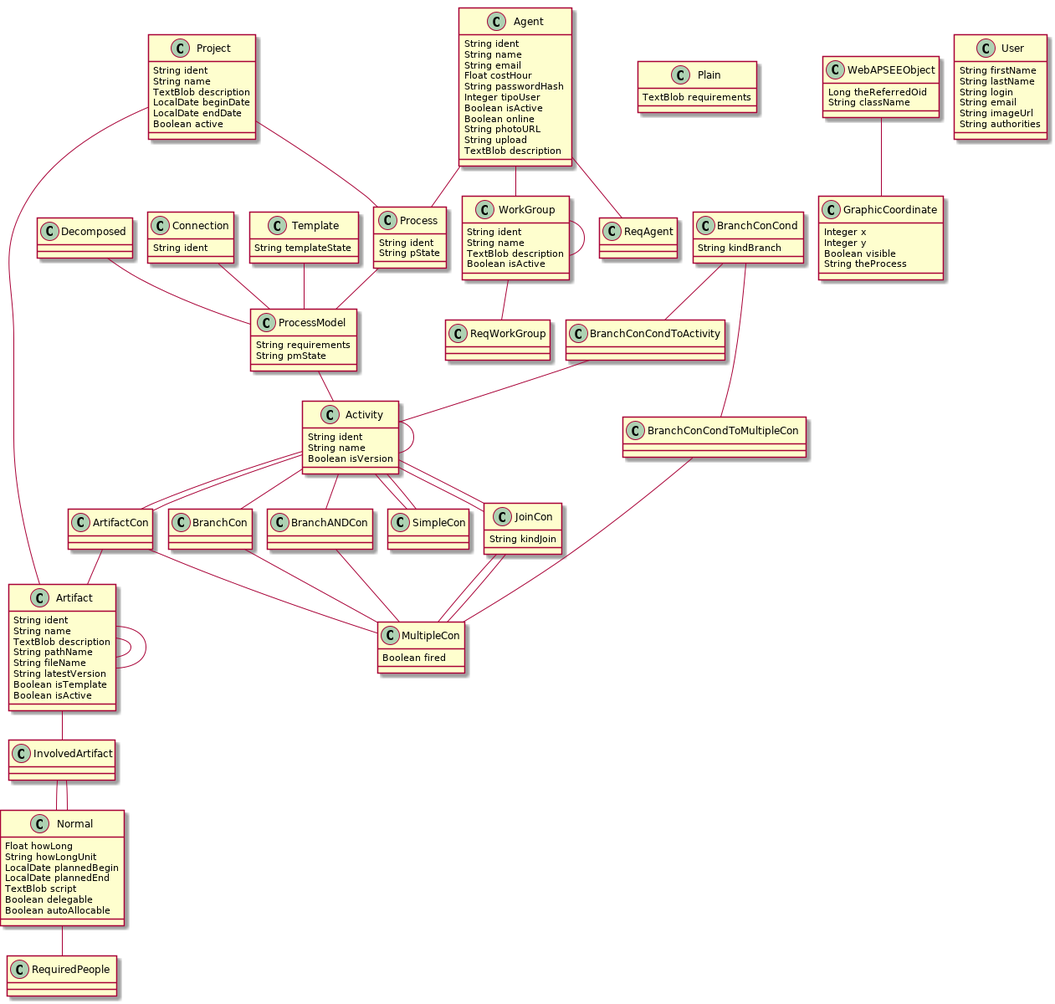
Earlier version of the PlantUML export data-model.png (Lakshamana/spm-mini).
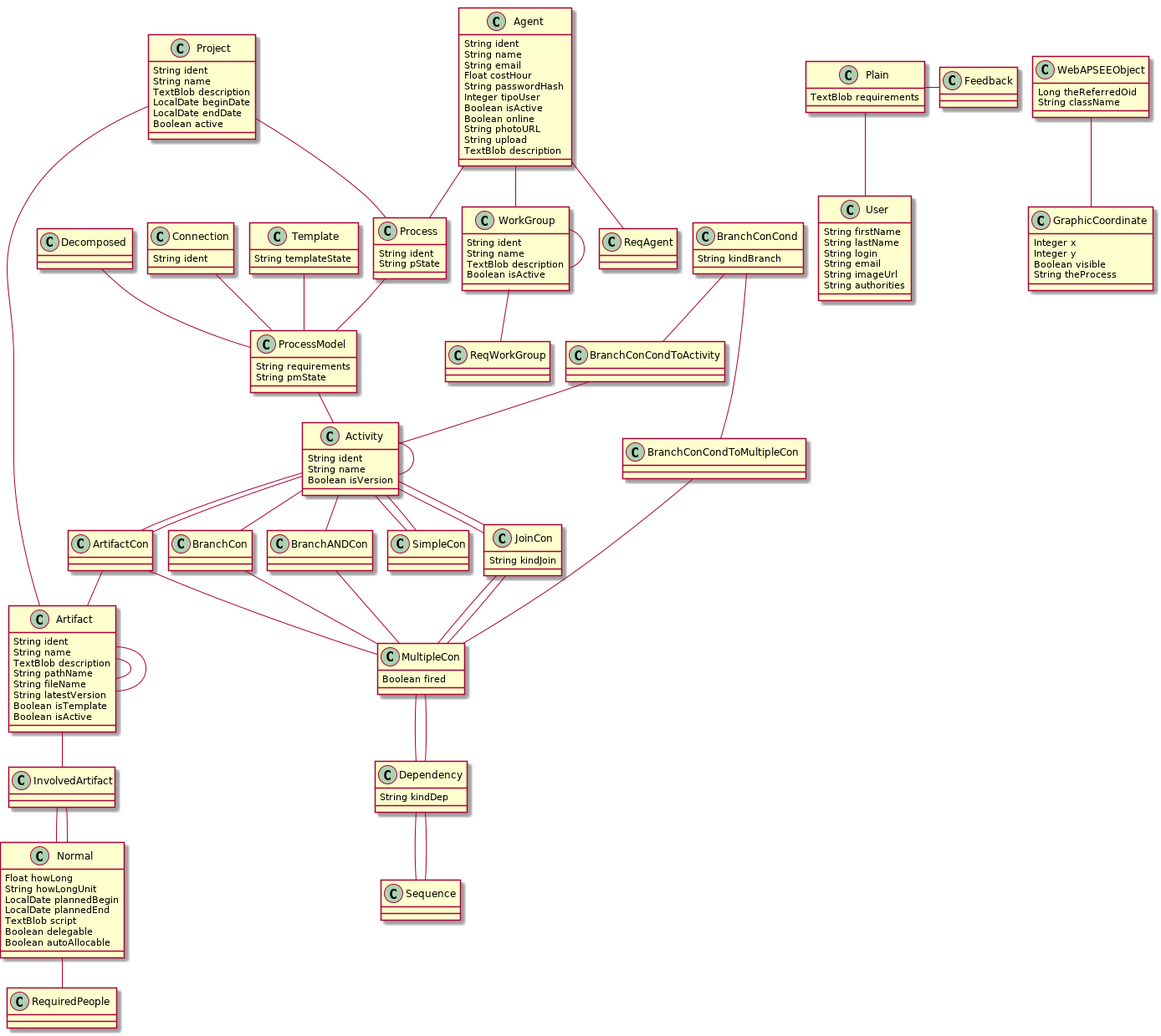
The same diagram one commit later.

Change to the diagram source:
```diff
@@ -65,6 +65,13 @@
 	}
 	class SimpleCon  {
 	}
+	class Feedback  {
+	}
+	class Sequence  {
+	}
+	class Dependency  {
+		String kindDep
+	}
 	class JoinCon  {
 		String kindJoin
 	}
@@ -86,13 +93,17 @@
 	BranchConCond  "theBranchConCondToMultipleCon 0..1 " --o "theBranchConCond 0..* "  BranchConCondToMultipleCon
 	ArtifactCon  "theArtifact 0..* " o-- "theArtifactCon 0..1 "  Artifact
 	Connection  "theProcessModel 0..* " o-- "theConnection 0..1 "  ProcessModel
+	MultipleCon  "theDependencyToMultipleCons 0..* " o-- "theMultipleConsToDependency 0..1 "  Dependency
 	BranchCon  "fromMultipleConnection 0..* " o-- "toBranchCon 0..1 "  MultipleCon
 	BranchConCondToActivity  "theActivity 0..* " o-- "theBranchConCondToActivity 0..1 "  Activity
 	BranchConCondToMultipleCon  "theMultipleCon 0..* " o-- "theBranchConCondToMultipleCon 0..1 "  MultipleCon
+	Sequence  "theDependencyToMultipleSequences 0..* " o-- "theMultipleSequences 0..1 "  Dependency
 	JoinCon  "toMultipleCon 0..* " o-- "theJoinCon 0..1 "  MultipleCon
 	ArtifactCon  "toMultipleCon 0..* " o--o "fromArtifactCon 0..* "  MultipleCon
 	BranchANDCon  "toMultipleCon 0..* " o--o "theBranchANDCon 0..* "  MultipleCon
 	JoinCon  "fromMultipleCon 0..* " o--o "theJoinConToMultipleCon 0..* "  MultipleCon
+	MultipleCon  "theDependency 0..1 " -- "theMultipleCon 0..1 "  Dependency
+	Dependency  "theSequence 0..1 " -- "theDependency 0..1 "  Sequence
 	class Project  {
 		String ident
 		String name
```
